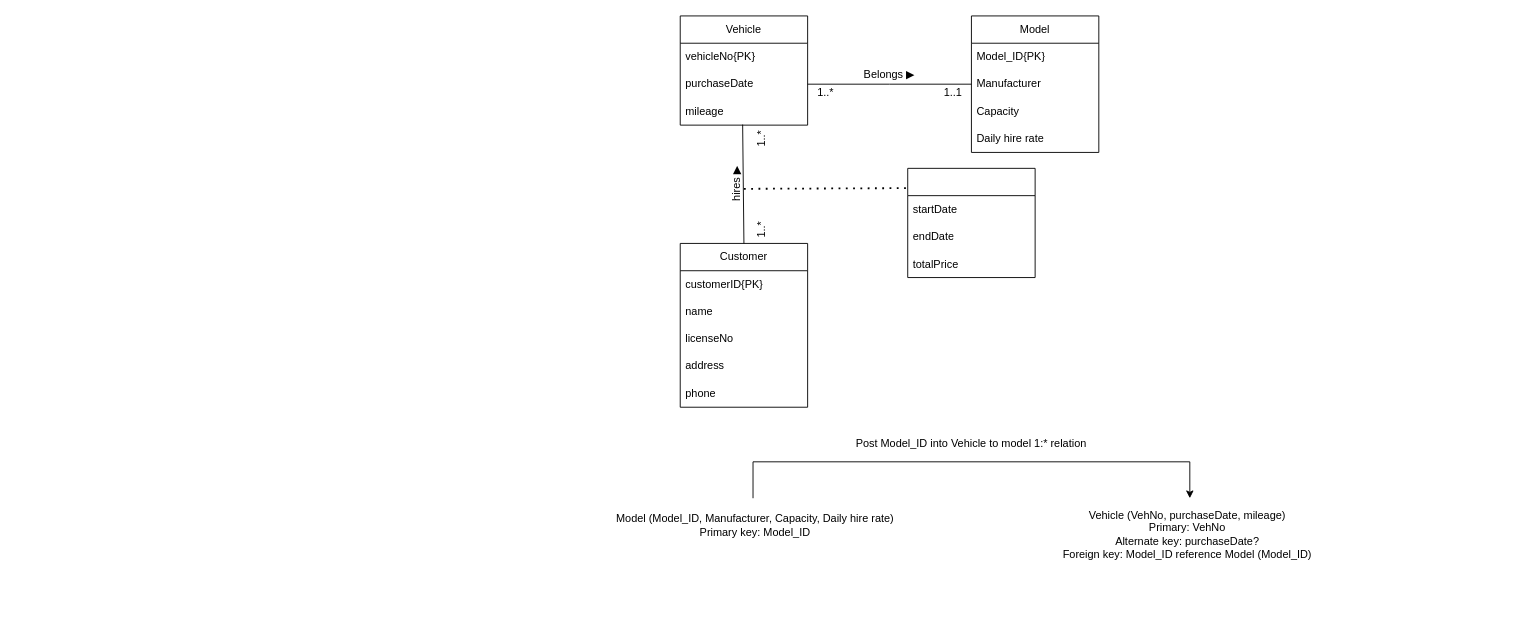
shadowngks/DBMS keeps this draw.io diagram as DBMS_T02_3a.drawio. Above is the earlier version. Source tidied: cells renumbered, new cells numbered last; positions are measured from the earlier drawing's top-left corner, leaving out a move shared by most shapes. Both pictures are drawn from the tidied source at 91%, with x=0, y=0 at pixel (521, 15).
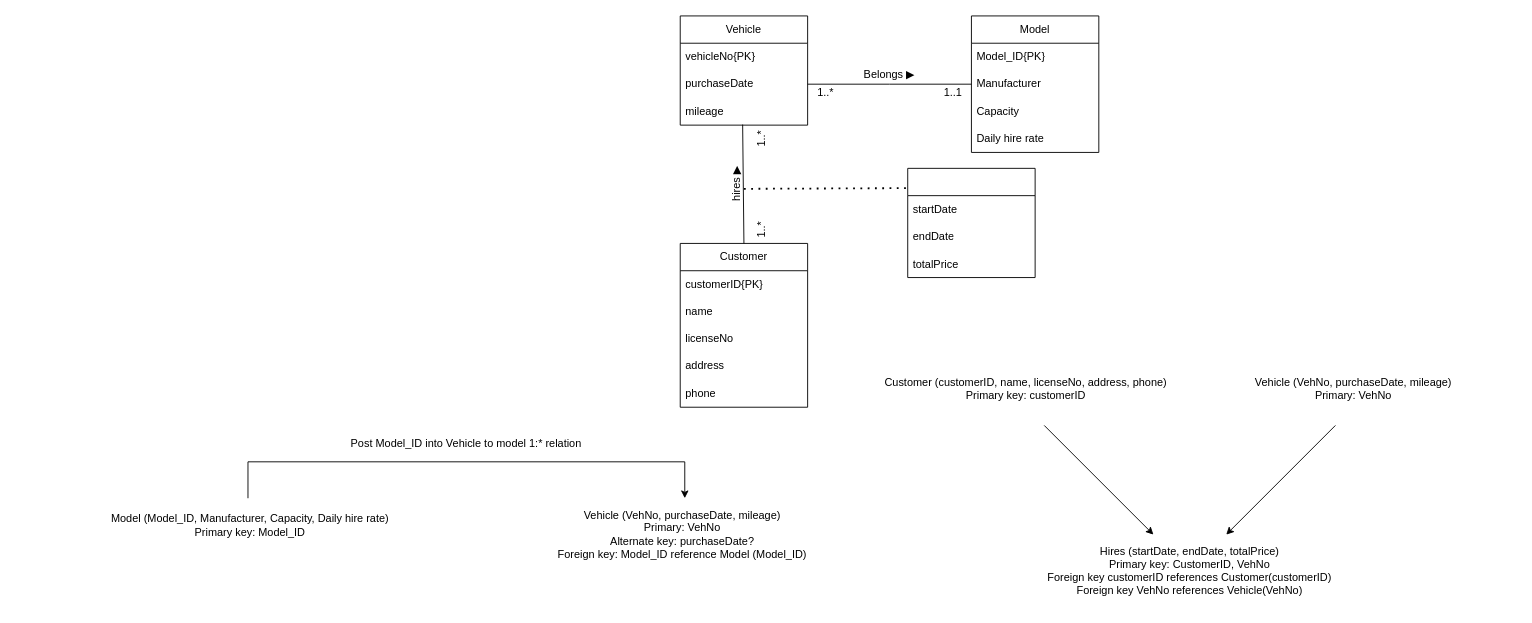
After the change.

Diff of the diagram source:
```diff
@@
     <mxCell id="30" style="endArrow=classic;html=1;rounded=0;" parent="1" edge="1">
       <mxGeometry relative="1" as="geometry">
-        <mxPoint x="255" y="530" as="sourcePoint" />
-        <mxPoint x="735" y="530" as="targetPoint" />
+        <mxPoint x="-300" y="530" as="sourcePoint" />
+        <mxPoint x="180" y="530" as="targetPoint" />
         <Array as="points">
-          <mxPoint x="255" y="490" />
-          <mxPoint x="735" y="490" />
+          <mxPoint x="-300" y="490" />
+          <mxPoint x="180" y="490" />
         </Array>
       </mxGeometry>
     </mxCell>
     <mxCell id="31" value="Model (Model_ID, Manufacturer, Capacity, Daily hire rate)&lt;div&gt;Primary key: Model_ID&lt;/div&gt;" style="text;html=1;align=center;verticalAlign=middle;whiteSpace=wrap;rounded=0;" parent="1" vertex="1">
-      <mxGeometry y="530" width="515" height="60" as="geometry" />
+      <mxGeometry x="-555" y="530" width="515" height="60" as="geometry" />
     </mxCell>
     <mxCell id="32" value="Vehicle (VehNo, purchaseDate, mileage)&lt;div&gt;Primary: VehNo&lt;/div&gt;&lt;div&gt;Alternate key: purchaseDate?&lt;/div&gt;&lt;div&gt;Foreign key: Model_ID reference Model (Model_ID)&lt;/div&gt;" style="text;html=1;align=center;verticalAlign=middle;whiteSpace=wrap;rounded=0;" parent="1" vertex="1">
-      <mxGeometry x="475" y="530" width="515" height="80" as="geometry" />
+      <mxGeometry x="-80" y="530" width="515" height="80" as="geometry" />
     </mxCell>
     <mxCell id="33" value="Post Model_ID into Vehicle to model 1:* relation" style="text;html=1;align=center;verticalAlign=middle;whiteSpace=wrap;rounded=0;" parent="1" vertex="1">
-      <mxGeometry x="335" y="450" width="320" height="40" as="geometry" />
+      <mxGeometry x="-220" y="450" width="320" height="40" as="geometry" />
     </mxCell>
+    <mxCell id="34" style="endArrow=classic;html=1;rounded=0;" parent="1" edge="1">
+      <mxGeometry relative="1" as="geometry">
+        <mxPoint x="575" y="450" as="sourcePoint" />
+        <mxPoint x="695" y="570" as="targetPoint" />
+      </mxGeometry>
+    </mxCell>
+    <mxCell id="35" style="endArrow=classic;html=1;rounded=0;" parent="1" edge="1">
+      <mxGeometry relative="1" as="geometry">
+        <mxPoint x="895" y="450" as="sourcePoint" />
+        <mxPoint x="775" y="570" as="targetPoint" />
+      </mxGeometry>
+    </mxCell>
+    <mxCell id="36" value="Customer (customerID, name, licenseNo, address, phone)&lt;div&gt;Primary key: customerID&lt;/div&gt;" style="text;html=1;align=center;verticalAlign=middle;whiteSpace=wrap;rounded=0;" parent="1" vertex="1">
+      <mxGeometry x="375" y="370" width="360" height="80" as="geometry" />
+    </mxCell>
+    <mxCell id="37" value="Vehicle (VehNo, purchaseDate, mileage)&lt;div&gt;Primary: VehNo&lt;br&gt;&lt;/div&gt;" style="text;html=1;align=center;verticalAlign=middle;whiteSpace=wrap;rounded=0;" parent="1" vertex="1">
+      <mxGeometry x="735" y="370" width="360" height="80" as="geometry" />
+    </mxCell>
+    <mxCell id="38" value="Hires (startDate, endDate, totalPrice)&lt;div&gt;Primary key: CustomerID, VehNo&lt;/div&gt;&lt;div&gt;Foreign key customerID references Customer(customerID)&lt;/div&gt;&lt;div&gt;Foreign key VehNo references Vehicle(VehNo)&lt;br&gt;&lt;/div&gt;" style="text;html=1;align=center;verticalAlign=middle;whiteSpace=wrap;rounded=0;" parent="1" vertex="1">
+      <mxGeometry x="515" y="570" width="440" height="80" as="geometry" />
+    </mxCell>
```
